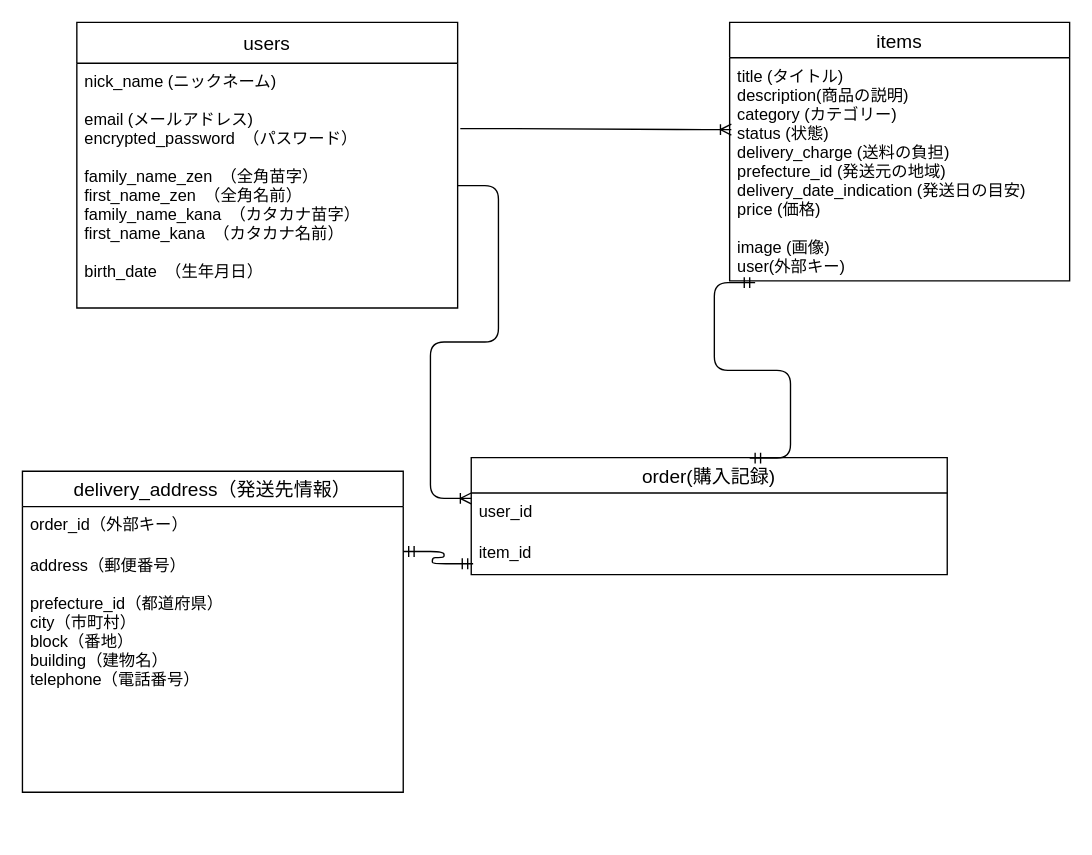
This is db/detabase.dio from Drbeer-miyako/furima-35247, a draw.io file, before an edit. Source tidied: cells renumbered, new cells numbered last; positions are measured from the earlier drawing's top-left corner, leaving out a move shared by most shapes. Both pictures are drawn from the tidied source at 136%, with x=0, y=0 at pixel (22, 22).
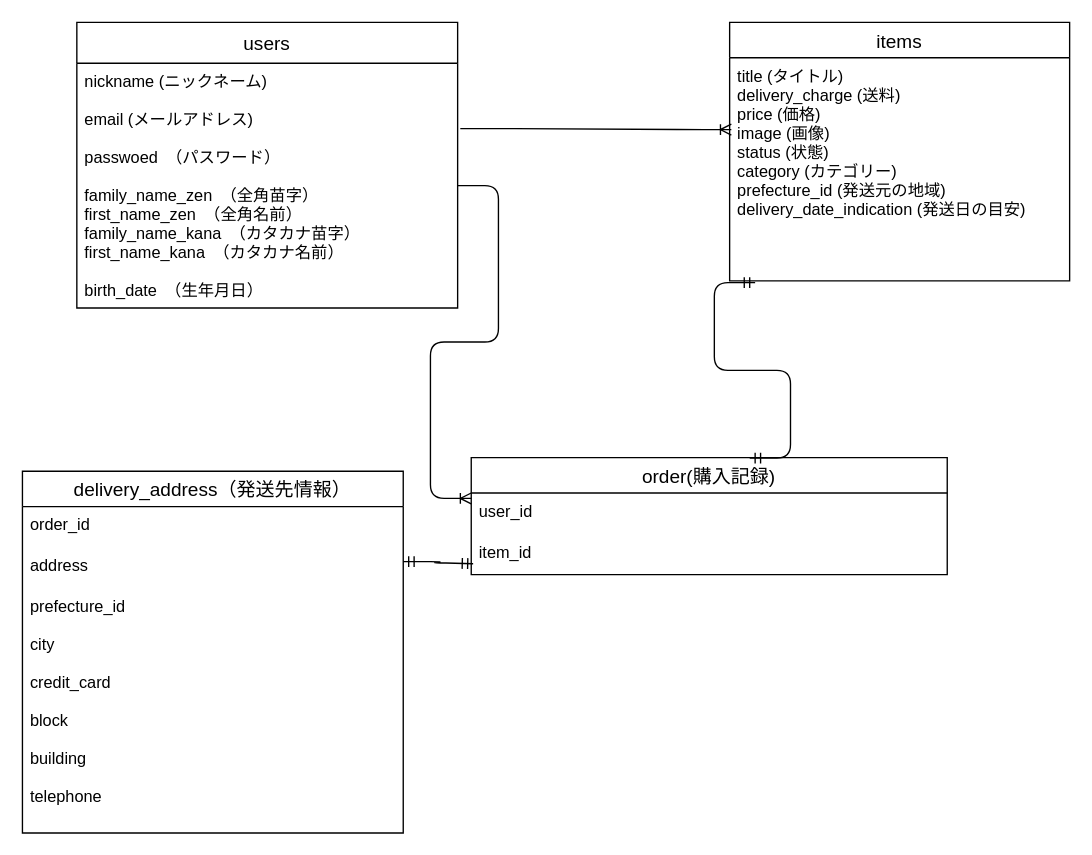
After the change.

Diff of the diagram source:
```diff
@@
 <mxGraphModel>
   <root>
     <mxCell id="0" />
     <mxCell id="1" parent="0" />
     <mxCell id="2" value="users" style="swimlane;fontStyle=0;horizontal=1;startSize=30;align=center;fontSize=14;" parent="1" vertex="1">
       <mxGeometry x="40" width="280" height="210" as="geometry" />
     </mxCell>
-    <mxCell id="3" value="nick_name (ニックネーム)&#10;&#10;email (メールアドレス)&#10;encrypted_password　（パスワード）&#10;&#10;family_name_zen　（全角苗字）&#10;first_name_zen　（全角名前）&#10;family_name_kana　（カタカナ苗字）&#10;first_name_kana　（カタカナ名前）&#10;&#10;birth_date　（生年月日）&#10;&#10;" style="text;strokeColor=none;fillColor=none;spacingLeft=4;spacingRight=4;overflow=hidden;points=[[0,0.5],[1,0.5]];portConstraint=eastwest;fontSize=12;" parent="2" vertex="1">
+    <mxCell id="3" value="nickname (ニックネーム)&#10;&#10;email (メールアドレス)&#10;&#10;passwoed　（パスワード）&#10;&#10;family_name_zen　（全角苗字）&#10;first_name_zen　（全角名前）&#10;family_name_kana　（カタカナ苗字）&#10;first_name_kana　（カタカナ名前）&#10;&#10;birth_date　（生年月日）&#10;&#10;" style="text;strokeColor=none;fillColor=none;spacingLeft=4;spacingRight=4;overflow=hidden;points=[[0,0.5],[1,0.5]];portConstraint=eastwest;fontSize=12;" parent="2" vertex="1">
       <mxGeometry y="30" width="280" height="180" as="geometry" />
     </mxCell>
     <mxCell id="4" value="items" style="swimlane;fontStyle=0;horizontal=1;startSize=26;align=center;fontSize=14;" parent="1" vertex="1">
       <mxGeometry x="520" width="250" height="190" as="geometry" />
     </mxCell>
-    <mxCell id="5" value="title (タイトル)&#10;description(商品の説明)&#10;category (カテゴリー)&#10;status (状態)&#10;delivery_charge (送料の負担)&#10;prefecture_id (発送元の地域)&#10;delivery_date_indication (発送日の目安)&#10;price (価格)&#10;&#10;image (画像)&#10;user(外部キー)" style="text;strokeColor=none;fillColor=none;spacingLeft=4;spacingRight=4;overflow=hidden;points=[[0,0.5],[1,0.5]];portConstraint=eastwest;fontSize=12;strokeWidth=1;" parent="4" vertex="1">
+    <mxCell id="5" value="title (タイトル)&#10;delivery_charge (送料)&#10;price (価格)&#10;image (画像)&#10;status (状態)&#10;category (カテゴリー)&#10;prefecture_id (発送元の地域)&#10;delivery_date_indication (発送日の目安)&#10;&#10;" style="text;strokeColor=none;fillColor=none;spacingLeft=4;spacingRight=4;overflow=hidden;points=[[0,0.5],[1,0.5]];portConstraint=eastwest;fontSize=12;strokeWidth=1;" parent="4" vertex="1">
       <mxGeometry y="26" width="250" height="164" as="geometry" />
     </mxCell>
     <mxCell id="6" value="order(購入記録)" style="swimlane;fontStyle=0;horizontal=1;startSize=26;align=center;fontSize=14;strokeWidth=1;" parent="1" vertex="1">
       <mxGeometry x="330" y="320" width="350" height="86" as="geometry" />
     </mxCell>
     <mxCell id="7" value="user_id" style="text;strokeColor=none;fillColor=none;spacingLeft=4;spacingRight=4;overflow=hidden;points=[[0,0.5],[1,0.5]];portConstraint=eastwest;fontSize=12;" parent="6" vertex="1">
       <mxGeometry y="26" width="350" height="30" as="geometry" />
     </mxCell>
     <mxCell id="8" value="item_id" style="text;strokeColor=none;fillColor=none;spacingLeft=4;spacingRight=4;overflow=hidden;points=[[0,0.5],[1,0.5]];portConstraint=eastwest;fontSize=12;" parent="6" vertex="1">
       <mxGeometry y="56" width="350" height="30" as="geometry" />
     </mxCell>
     <mxCell id="9" value="delivery_address（発送先情報）" style="swimlane;fontStyle=0;horizontal=1;startSize=26;align=center;fontSize=14;" parent="1" vertex="1">
-      <mxGeometry y="330" width="280" height="236" as="geometry" />
+      <mxGeometry y="330" width="280" height="266" as="geometry" />
     </mxCell>
-    <mxCell id="10" value="order_id（外部キー）&#10;" style="text;strokeColor=none;fillColor=none;spacingLeft=4;spacingRight=4;overflow=hidden;fontSize=12;" parent="9" vertex="1">
+    <mxCell id="10" value="order_id&#10;" style="text;strokeColor=none;fillColor=none;spacingLeft=4;spacingRight=4;overflow=hidden;fontSize=12;" parent="9" vertex="1">
       <mxGeometry y="26" width="280" height="30" as="geometry" />
     </mxCell>
+    <mxCell id="16" value="address" style="text;strokeColor=none;fillColor=none;spacingLeft=4;spacingRight=4;overflow=hidden;fontSize=12;" parent="9" vertex="1">
+      <mxGeometry y="56" width="280" height="30" as="geometry" />
+    </mxCell>
-    <mxCell id="11" value="address（郵便番号）&#10;&#10;prefecture_id（都道府県）&#10;city（市町村）&#10;block（番地）&#10;building（建物名）&#10;telephone（電話番号）" style="text;strokeColor=none;fillColor=none;spacingLeft=4;spacingRight=4;overflow=hidden;fontSize=12;" parent="9" vertex="1">
-      <mxGeometry y="56" width="280" height="180" as="geometry" />
+    <mxCell id="11" value="prefecture_id&#10;&#10;city&#10;&#10;credit_card&#10;&#10;block&#10;&#10;building&#10;&#10;telephone" style="text;strokeColor=none;fillColor=none;spacingLeft=4;spacingRight=4;overflow=hidden;fontSize=12;" parent="9" vertex="1">
+      <mxGeometry y="86" width="280" height="180" as="geometry" />
     </mxCell>
     <mxCell id="12" style="edgeStyle=entityRelationEdgeStyle;fontSize=12;html=1;endArrow=ERoneToMany;exitX=1.007;exitY=0.267;exitDx=0;exitDy=0;exitPerimeter=0;entryX=0.005;entryY=0.322;entryDx=0;entryDy=0;entryPerimeter=0;" parent="1" edge="1" source="3" target="5">
       <mxGeometry relative="1" as="geometry" />
     </mxCell>
     <mxCell id="13" style="edgeStyle=entityRelationEdgeStyle;fontSize=12;html=1;endArrow=ERmandOne;startArrow=ERmandOne;exitX=0.075;exitY=1.008;exitDx=0;exitDy=0;exitPerimeter=0;entryX=0.585;entryY=0.004;entryDx=0;entryDy=0;entryPerimeter=0;" parent="1" edge="1" source="5" target="6">
       <mxGeometry relative="1" as="geometry" />
     </mxCell>
     <mxCell id="14" style="edgeStyle=entityRelationEdgeStyle;fontSize=12;html=1;endArrow=ERoneToMany;exitX=1;exitY=0.5;exitDx=0;exitDy=0;entryX=0;entryY=0.133;entryDx=0;entryDy=0;entryPerimeter=0;" parent="1" edge="1" source="3" target="7">
       <mxGeometry relative="1" as="geometry" />
     </mxCell>
     <mxCell id="15" style="edgeStyle=entityRelationEdgeStyle;fontSize=12;html=1;endArrow=ERmandOne;startArrow=ERmandOne;exitX=1;exitY=0.25;exitDx=0;exitDy=0;entryX=0.004;entryY=0.733;entryDx=0;entryDy=0;entryPerimeter=0;" parent="1" edge="1" source="9" target="8">
       <mxGeometry relative="1" as="geometry" />
     </mxCell>
   </root>
 </mxGraphModel>
```
